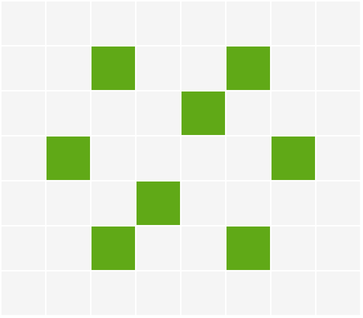
The draw.io diagram img/62c303-L13.drawio.png in axiomofchoice-hjt/Axiomofchoice-hjt.github.io, before a commit. Source tidied: cells renumbered, new cells last; positions are measured from the earlier drawing's top-left corner, leaving out a move shared by most shapes.
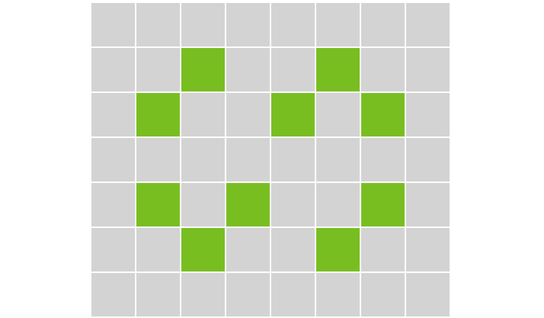
The same diagram one commit later.

Diff of the diagram source:
```diff
@@ -2,172 +2,178 @@
   <root>
     <mxCell id="0" />
     <mxCell id="1" parent="0" />
+    <mxCell id="58" style="endArrow=none;dashed=1;html=1;strokeColor=#FFFFFF;" parent="1" edge="1">
+      <mxGeometry relative="1" as="geometry">
+        <mxPoint x="-60" y="-1" as="sourcePoint" />
+        <mxPoint x="300" y="-1" as="targetPoint" />
+      </mxGeometry>
+    </mxCell>
-    <mxCell id="2" style="rounded=0;whiteSpace=wrap;html=1;fillColor=#f5f5f5;fontColor=#333333;strokeColor=#ffffff;" parent="1" vertex="1">
+    <mxCell id="2" style="rounded=0;whiteSpace=wrap;html=1;fillColor=#d3d3d3;fontColor=#333333;strokeColor=#ffffff;" parent="1" vertex="1">
       <mxGeometry width="30" height="30" as="geometry" />
     </mxCell>
-    <mxCell id="3" style="rounded=0;whiteSpace=wrap;html=1;fillColor=#f5f5f5;fontColor=#333333;strokeColor=#ffffff;" parent="1" vertex="1">
+    <mxCell id="3" style="rounded=0;whiteSpace=wrap;html=1;fillColor=#d3d3d3;fontColor=#333333;strokeColor=#ffffff;" parent="1" vertex="1">
       <mxGeometry x="30" width="30" height="30" as="geometry" />
     </mxCell>
-    <mxCell id="4" style="rounded=0;whiteSpace=wrap;html=1;fillColor=#f5f5f5;fontColor=#333333;strokeColor=#ffffff;" parent="1" vertex="1">
+    <mxCell id="4" style="rounded=0;whiteSpace=wrap;html=1;fillColor=#d3d3d3;fontColor=#333333;strokeColor=#ffffff;" parent="1" vertex="1">
       <mxGeometry x="60" width="30" height="30" as="geometry" />
     </mxCell>
-    <mxCell id="5" style="rounded=0;whiteSpace=wrap;html=1;fillColor=#f5f5f5;fontColor=#333333;strokeColor=#ffffff;" parent="1" vertex="1">
+    <mxCell id="5" style="rounded=0;whiteSpace=wrap;html=1;fillColor=#d3d3d3;fontColor=#333333;strokeColor=#ffffff;" parent="1" vertex="1">
       <mxGeometry x="90" width="30" height="30" as="geometry" />
     </mxCell>
-    <mxCell id="6" style="rounded=0;whiteSpace=wrap;html=1;fillColor=#f5f5f5;fontColor=#333333;strokeColor=#ffffff;" parent="1" vertex="1">
+    <mxCell id="6" style="rounded=0;whiteSpace=wrap;html=1;fillColor=#d3d3d3;fontColor=#333333;strokeColor=#ffffff;" parent="1" vertex="1">
       <mxGeometry x="120" width="30" height="30" as="geometry" />
     </mxCell>
-    <mxCell id="7" style="rounded=0;whiteSpace=wrap;html=1;fillColor=#f5f5f5;fontColor=#333333;strokeColor=#ffffff;" parent="1" vertex="1">
+    <mxCell id="7" style="rounded=0;whiteSpace=wrap;html=1;fillColor=#d3d3d3;fontColor=#333333;strokeColor=#ffffff;" parent="1" vertex="1">
       <mxGeometry y="30" width="30" height="30" as="geometry" />
     </mxCell>
-    <mxCell id="8" style="rounded=0;whiteSpace=wrap;html=1;fillColor=#f5f5f5;fontColor=#333333;strokeColor=#ffffff;" parent="1" vertex="1">
+    <mxCell id="8" style="rounded=0;whiteSpace=wrap;html=1;fillColor=#d3d3d3;fontColor=#333333;strokeColor=#ffffff;" parent="1" vertex="1">
       <mxGeometry x="30" y="30" width="30" height="30" as="geometry" />
     </mxCell>
-    <mxCell id="9" style="rounded=0;whiteSpace=wrap;html=1;fillColor=#60a917;fontColor=#ffffff;strokeColor=#ffffff;" parent="1" vertex="1">
+    <mxCell id="9" style="rounded=0;whiteSpace=wrap;html=1;fillColor=#78be21;fontColor=#ffffff;strokeColor=#ffffff;" parent="1" vertex="1">
       <mxGeometry x="60" y="30" width="30" height="30" as="geometry" />
     </mxCell>
-    <mxCell id="10" style="rounded=0;whiteSpace=wrap;html=1;fillColor=#f5f5f5;fontColor=#333333;strokeColor=#ffffff;" parent="1" vertex="1">
+    <mxCell id="10" style="rounded=0;whiteSpace=wrap;html=1;fillColor=#d3d3d3;fontColor=#333333;strokeColor=#ffffff;" parent="1" vertex="1">
       <mxGeometry x="90" y="30" width="30" height="30" as="geometry" />
     </mxCell>
-    <mxCell id="11" style="rounded=0;whiteSpace=wrap;html=1;fillColor=#f5f5f5;fontColor=#333333;strokeColor=#ffffff;" parent="1" vertex="1">
+    <mxCell id="11" style="rounded=0;whiteSpace=wrap;html=1;fillColor=#d3d3d3;fontColor=#333333;strokeColor=#ffffff;" parent="1" vertex="1">
       <mxGeometry x="120" y="30" width="30" height="30" as="geometry" />
     </mxCell>
-    <mxCell id="12" style="rounded=0;whiteSpace=wrap;html=1;fillColor=#f5f5f5;fontColor=#333333;strokeColor=#ffffff;" parent="1" vertex="1">
+    <mxCell id="12" style="rounded=0;whiteSpace=wrap;html=1;fillColor=#d3d3d3;fontColor=#333333;strokeColor=#ffffff;" parent="1" vertex="1">
       <mxGeometry y="60" width="30" height="30" as="geometry" />
     </mxCell>
-    <mxCell id="13" style="rounded=0;whiteSpace=wrap;html=1;fillColor=#f5f5f5;fontColor=#333333;strokeColor=#ffffff;" parent="1" vertex="1">
+    <mxCell id="13" style="rounded=0;whiteSpace=wrap;html=1;fillColor=#78be21;fontColor=#333333;strokeColor=#ffffff;" parent="1" vertex="1">
       <mxGeometry x="30" y="60" width="30" height="30" as="geometry" />
     </mxCell>
-    <mxCell id="14" style="rounded=0;whiteSpace=wrap;html=1;fillColor=#f5f5f5;fontColor=#333333;strokeColor=#ffffff;" parent="1" vertex="1">
+    <mxCell id="14" style="rounded=0;whiteSpace=wrap;html=1;fillColor=#d3d3d3;fontColor=#333333;strokeColor=#ffffff;" parent="1" vertex="1">
       <mxGeometry x="60" y="60" width="30" height="30" as="geometry" />
     </mxCell>
-    <mxCell id="15" style="rounded=0;whiteSpace=wrap;html=1;fillColor=#f5f5f5;fontColor=#333333;strokeColor=#ffffff;" parent="1" vertex="1">
+    <mxCell id="15" style="rounded=0;whiteSpace=wrap;html=1;fillColor=#d3d3d3;fontColor=#333333;strokeColor=#ffffff;" parent="1" vertex="1">
       <mxGeometry x="90" y="60" width="30" height="30" as="geometry" />
     </mxCell>
-    <mxCell id="16" style="rounded=0;whiteSpace=wrap;html=1;fillColor=#60a917;fontColor=#ffffff;strokeColor=#ffffff;" parent="1" vertex="1">
+    <mxCell id="16" style="rounded=0;whiteSpace=wrap;html=1;fillColor=#78be21;fontColor=#ffffff;strokeColor=#ffffff;" parent="1" vertex="1">
       <mxGeometry x="120" y="60" width="30" height="30" as="geometry" />
     </mxCell>
-    <mxCell id="17" style="rounded=0;whiteSpace=wrap;html=1;fillColor=#f5f5f5;fontColor=#333333;strokeColor=#ffffff;" parent="1" vertex="1">
+    <mxCell id="17" style="rounded=0;whiteSpace=wrap;html=1;fillColor=#d3d3d3;fontColor=#333333;strokeColor=#ffffff;" parent="1" vertex="1">
       <mxGeometry y="90" width="30" height="30" as="geometry" />
     </mxCell>
-    <mxCell id="18" style="rounded=0;whiteSpace=wrap;html=1;fillColor=#60a917;fontColor=#ffffff;strokeColor=#ffffff;" parent="1" vertex="1">
+    <mxCell id="18" style="rounded=0;whiteSpace=wrap;html=1;fillColor=#d3d3d3;fontColor=#ffffff;strokeColor=#ffffff;" parent="1" vertex="1">
       <mxGeometry x="30" y="90" width="30" height="30" as="geometry" />
     </mxCell>
-    <mxCell id="19" style="rounded=0;whiteSpace=wrap;html=1;fillColor=#f5f5f5;fontColor=#333333;strokeColor=#ffffff;" parent="1" vertex="1">
+    <mxCell id="19" style="rounded=0;whiteSpace=wrap;html=1;fillColor=#d3d3d3;fontColor=#333333;strokeColor=#ffffff;" parent="1" vertex="1">
       <mxGeometry x="60" y="90" width="30" height="30" as="geometry" />
     </mxCell>
-    <mxCell id="20" style="rounded=0;whiteSpace=wrap;html=1;fillColor=#f5f5f5;fontColor=#333333;strokeColor=#ffffff;" parent="1" vertex="1">
+    <mxCell id="20" style="rounded=0;whiteSpace=wrap;html=1;fillColor=#d3d3d3;fontColor=#333333;strokeColor=#ffffff;" parent="1" vertex="1">
       <mxGeometry x="90" y="90" width="30" height="30" as="geometry" />
     </mxCell>
-    <mxCell id="21" style="rounded=0;whiteSpace=wrap;html=1;fillColor=#f5f5f5;fontColor=#333333;strokeColor=#ffffff;" parent="1" vertex="1">
+    <mxCell id="21" style="rounded=0;whiteSpace=wrap;html=1;fillColor=#d3d3d3;fontColor=#333333;strokeColor=#ffffff;" parent="1" vertex="1">
       <mxGeometry x="120" y="90" width="30" height="30" as="geometry" />
     </mxCell>
-    <mxCell id="22" style="rounded=0;whiteSpace=wrap;html=1;fillColor=#f5f5f5;fontColor=#333333;strokeColor=#ffffff;" parent="1" vertex="1">
+    <mxCell id="22" style="rounded=0;whiteSpace=wrap;html=1;fillColor=#d3d3d3;fontColor=#333333;strokeColor=#ffffff;" parent="1" vertex="1">
       <mxGeometry x="150" width="30" height="30" as="geometry" />
     </mxCell>
-    <mxCell id="23" style="rounded=0;whiteSpace=wrap;html=1;fillColor=#f5f5f5;fontColor=#333333;strokeColor=#ffffff;" parent="1" vertex="1">
+    <mxCell id="23" style="rounded=0;whiteSpace=wrap;html=1;fillColor=#d3d3d3;fontColor=#333333;strokeColor=#ffffff;" parent="1" vertex="1">
       <mxGeometry x="180" width="30" height="30" as="geometry" />
     </mxCell>
-    <mxCell id="24" style="rounded=0;whiteSpace=wrap;html=1;fillColor=#f5f5f5;fontColor=#333333;strokeColor=#ffffff;" parent="1" vertex="1">
+    <mxCell id="24" style="rounded=0;whiteSpace=wrap;html=1;fillColor=#d3d3d3;fontColor=#333333;strokeColor=#ffffff;" parent="1" vertex="1">
       <mxGeometry x="210" width="30" height="30" as="geometry" />
     </mxCell>
-    <mxCell id="25" style="rounded=0;whiteSpace=wrap;html=1;fillColor=#60a917;fontColor=#ffffff;strokeColor=#ffffff;" parent="1" vertex="1">
+    <mxCell id="25" style="rounded=0;whiteSpace=wrap;html=1;fillColor=#78be21;fontColor=#ffffff;strokeColor=#ffffff;" parent="1" vertex="1">
       <mxGeometry x="150" y="30" width="30" height="30" as="geometry" />
     </mxCell>
-    <mxCell id="26" style="rounded=0;whiteSpace=wrap;html=1;fillColor=#f5f5f5;fontColor=#333333;strokeColor=#ffffff;" parent="1" vertex="1">
+    <mxCell id="26" style="rounded=0;whiteSpace=wrap;html=1;fillColor=#d3d3d3;fontColor=#333333;strokeColor=#ffffff;" parent="1" vertex="1">
       <mxGeometry x="180" y="30" width="30" height="30" as="geometry" />
     </mxCell>
-    <mxCell id="27" style="rounded=0;whiteSpace=wrap;html=1;fillColor=#f5f5f5;fontColor=#333333;strokeColor=#ffffff;" parent="1" vertex="1">
+    <mxCell id="27" style="rounded=0;whiteSpace=wrap;html=1;fillColor=#d3d3d3;fontColor=#333333;strokeColor=#ffffff;" parent="1" vertex="1">
       <mxGeometry x="210" y="30" width="30" height="30" as="geometry" />
     </mxCell>
-    <mxCell id="28" style="rounded=0;whiteSpace=wrap;html=1;fillColor=#f5f5f5;fontColor=#333333;strokeColor=#ffffff;" parent="1" vertex="1">
+    <mxCell id="28" style="rounded=0;whiteSpace=wrap;html=1;fillColor=#d3d3d3;fontColor=#333333;strokeColor=#ffffff;" parent="1" vertex="1">
       <mxGeometry x="150" y="60" width="30" height="30" as="geometry" />
     </mxCell>
-    <mxCell id="29" style="rounded=0;whiteSpace=wrap;html=1;fillColor=#f5f5f5;fontColor=#333333;strokeColor=#ffffff;" parent="1" vertex="1">
+    <mxCell id="29" style="rounded=0;whiteSpace=wrap;html=1;fillColor=#78be21;fontColor=#333333;strokeColor=#ffffff;" parent="1" vertex="1">
       <mxGeometry x="180" y="60" width="30" height="30" as="geometry" />
     </mxCell>
-    <mxCell id="30" style="rounded=0;whiteSpace=wrap;html=1;fillColor=#f5f5f5;fontColor=#333333;strokeColor=#ffffff;" parent="1" vertex="1">
+    <mxCell id="30" style="rounded=0;whiteSpace=wrap;html=1;fillColor=#d3d3d3;fontColor=#333333;strokeColor=#ffffff;" parent="1" vertex="1">
       <mxGeometry x="210" y="60" width="30" height="30" as="geometry" />
     </mxCell>
-    <mxCell id="31" style="rounded=0;whiteSpace=wrap;html=1;fillColor=#f5f5f5;fontColor=#333333;strokeColor=#ffffff;" parent="1" vertex="1">
+    <mxCell id="31" style="rounded=0;whiteSpace=wrap;html=1;fillColor=#d3d3d3;fontColor=#333333;strokeColor=#ffffff;" parent="1" vertex="1">
       <mxGeometry x="150" y="90" width="30" height="30" as="geometry" />
     </mxCell>
-    <mxCell id="32" style="rounded=0;whiteSpace=wrap;html=1;fillColor=#60a917;fontColor=#ffffff;strokeColor=#ffffff;" parent="1" vertex="1">
+    <mxCell id="32" style="rounded=0;whiteSpace=wrap;html=1;fillColor=#d3d3d3;fontColor=#ffffff;strokeColor=#ffffff;" parent="1" vertex="1">
       <mxGeometry x="180" y="90" width="30" height="30" as="geometry" />
     </mxCell>
-    <mxCell id="33" style="rounded=0;whiteSpace=wrap;html=1;fillColor=#f5f5f5;fontColor=#333333;strokeColor=#ffffff;" parent="1" vertex="1">
+    <mxCell id="33" style="rounded=0;whiteSpace=wrap;html=1;fillColor=#d3d3d3;fontColor=#333333;strokeColor=#ffffff;" parent="1" vertex="1">
       <mxGeometry x="210" y="90" width="30" height="30" as="geometry" />
     </mxCell>
-    <mxCell id="34" style="rounded=0;whiteSpace=wrap;html=1;fillColor=#f5f5f5;fontColor=#333333;strokeColor=#ffffff;" parent="1" vertex="1">
+    <mxCell id="34" style="rounded=0;whiteSpace=wrap;html=1;fillColor=#d3d3d3;fontColor=#333333;strokeColor=#ffffff;" parent="1" vertex="1">
       <mxGeometry y="120" width="30" height="30" as="geometry" />
     </mxCell>
-    <mxCell id="35" style="rounded=0;whiteSpace=wrap;html=1;fillColor=#f5f5f5;fontColor=#333333;strokeColor=#ffffff;" parent="1" vertex="1">
+    <mxCell id="35" style="rounded=0;whiteSpace=wrap;html=1;fillColor=#78be21;fontColor=#333333;strokeColor=#ffffff;" parent="1" vertex="1">
       <mxGeometry x="30" y="120" width="30" height="30" as="geometry" />
     </mxCell>
-    <mxCell id="36" style="rounded=0;whiteSpace=wrap;html=1;fillColor=#f5f5f5;fontColor=#333333;strokeColor=#ffffff;" parent="1" vertex="1">
+    <mxCell id="36" style="rounded=0;whiteSpace=wrap;html=1;fillColor=#d3d3d3;fontColor=#333333;strokeColor=#ffffff;" parent="1" vertex="1">
       <mxGeometry x="60" y="120" width="30" height="30" as="geometry" />
     </mxCell>
-    <mxCell id="37" style="rounded=0;whiteSpace=wrap;html=1;fillColor=#60a917;fontColor=#ffffff;strokeColor=#ffffff;" parent="1" vertex="1">
+    <mxCell id="37" style="rounded=0;whiteSpace=wrap;html=1;fillColor=#78be21;fontColor=#ffffff;strokeColor=#ffffff;" parent="1" vertex="1">
       <mxGeometry x="90" y="120" width="30" height="30" as="geometry" />
     </mxCell>
-    <mxCell id="38" style="rounded=0;whiteSpace=wrap;html=1;fillColor=#f5f5f5;fontColor=#333333;strokeColor=#ffffff;" parent="1" vertex="1">
+    <mxCell id="38" style="rounded=0;whiteSpace=wrap;html=1;fillColor=#d3d3d3;fontColor=#333333;strokeColor=#ffffff;" parent="1" vertex="1">
       <mxGeometry x="120" y="120" width="30" height="30" as="geometry" />
     </mxCell>
-    <mxCell id="39" style="rounded=0;whiteSpace=wrap;html=1;fillColor=#f5f5f5;fontColor=#333333;strokeColor=#ffffff;" parent="1" vertex="1">
+    <mxCell id="39" style="rounded=0;whiteSpace=wrap;html=1;fillColor=#d3d3d3;fontColor=#333333;strokeColor=#ffffff;" parent="1" vertex="1">
       <mxGeometry y="150" width="30" height="30" as="geometry" />
     </mxCell>
-    <mxCell id="40" style="rounded=0;whiteSpace=wrap;html=1;fillColor=#f5f5f5;fontColor=#333333;strokeColor=#ffffff;" parent="1" vertex="1">
+    <mxCell id="40" style="rounded=0;whiteSpace=wrap;html=1;fillColor=#d3d3d3;fontColor=#333333;strokeColor=#ffffff;" parent="1" vertex="1">
       <mxGeometry x="30" y="150" width="30" height="30" as="geometry" />
     </mxCell>
-    <mxCell id="41" style="rounded=0;whiteSpace=wrap;html=1;fillColor=#60a917;fontColor=#ffffff;strokeColor=#ffffff;" parent="1" vertex="1">
+    <mxCell id="41" style="rounded=0;whiteSpace=wrap;html=1;fillColor=#78be21;fontColor=#ffffff;strokeColor=#ffffff;" parent="1" vertex="1">
       <mxGeometry x="60" y="150" width="30" height="30" as="geometry" />
     </mxCell>
-    <mxCell id="42" style="rounded=0;whiteSpace=wrap;html=1;fillColor=#f5f5f5;fontColor=#333333;strokeColor=#ffffff;" parent="1" vertex="1">
+    <mxCell id="42" style="rounded=0;whiteSpace=wrap;html=1;fillColor=#d3d3d3;fontColor=#333333;strokeColor=#ffffff;" parent="1" vertex="1">
       <mxGeometry x="90" y="150" width="30" height="30" as="geometry" />
     </mxCell>
-    <mxCell id="43" style="rounded=0;whiteSpace=wrap;html=1;fillColor=#f5f5f5;fontColor=#333333;strokeColor=#ffffff;" parent="1" vertex="1">
+    <mxCell id="43" style="rounded=0;whiteSpace=wrap;html=1;fillColor=#d3d3d3;fontColor=#333333;strokeColor=#ffffff;" parent="1" vertex="1">
       <mxGeometry x="120" y="150" width="30" height="30" as="geometry" />
     </mxCell>
-    <mxCell id="44" style="rounded=0;whiteSpace=wrap;html=1;fillColor=#f5f5f5;fontColor=#333333;strokeColor=#ffffff;" parent="1" vertex="1">
+    <mxCell id="44" style="rounded=0;whiteSpace=wrap;html=1;fillColor=#d3d3d3;fontColor=#333333;strokeColor=#ffffff;" parent="1" vertex="1">
       <mxGeometry y="180" width="30" height="30" as="geometry" />
     </mxCell>
-    <mxCell id="45" style="rounded=0;whiteSpace=wrap;html=1;fillColor=#f5f5f5;fontColor=#333333;strokeColor=#ffffff;" parent="1" vertex="1">
+    <mxCell id="45" style="rounded=0;whiteSpace=wrap;html=1;fillColor=#d3d3d3;fontColor=#333333;strokeColor=#ffffff;" parent="1" vertex="1">
       <mxGeometry x="30" y="180" width="30" height="30" as="geometry" />
     </mxCell>
-    <mxCell id="46" style="rounded=0;whiteSpace=wrap;html=1;fillColor=#f5f5f5;fontColor=#333333;strokeColor=#ffffff;" parent="1" vertex="1">
+    <mxCell id="46" style="rounded=0;whiteSpace=wrap;html=1;fillColor=#d3d3d3;fontColor=#333333;strokeColor=#ffffff;" parent="1" vertex="1">
       <mxGeometry x="60" y="180" width="30" height="30" as="geometry" />
     </mxCell>
-    <mxCell id="47" style="rounded=0;whiteSpace=wrap;html=1;fillColor=#f5f5f5;fontColor=#333333;strokeColor=#ffffff;" parent="1" vertex="1">
+    <mxCell id="47" style="rounded=0;whiteSpace=wrap;html=1;fillColor=#d3d3d3;fontColor=#333333;strokeColor=#ffffff;" parent="1" vertex="1">
       <mxGeometry x="90" y="180" width="30" height="30" as="geometry" />
     </mxCell>
-    <mxCell id="48" style="rounded=0;whiteSpace=wrap;html=1;fillColor=#f5f5f5;fontColor=#333333;strokeColor=#ffffff;" parent="1" vertex="1">
+    <mxCell id="48" style="rounded=0;whiteSpace=wrap;html=1;fillColor=#d3d3d3;fontColor=#333333;strokeColor=#ffffff;" parent="1" vertex="1">
       <mxGeometry x="120" y="180" width="30" height="30" as="geometry" />
     </mxCell>
-    <mxCell id="49" style="rounded=0;whiteSpace=wrap;html=1;fillColor=#f5f5f5;fontColor=#333333;strokeColor=#ffffff;" parent="1" vertex="1">
+    <mxCell id="49" style="rounded=0;whiteSpace=wrap;html=1;fillColor=#d3d3d3;fontColor=#333333;strokeColor=#ffffff;" parent="1" vertex="1">
       <mxGeometry x="150" y="120" width="30" height="30" as="geometry" />
     </mxCell>
-    <mxCell id="50" style="rounded=0;whiteSpace=wrap;html=1;fillColor=#f5f5f5;fontColor=#333333;strokeColor=#ffffff;" parent="1" vertex="1">
+    <mxCell id="50" style="rounded=0;whiteSpace=wrap;html=1;fillColor=#78be21;fontColor=#333333;strokeColor=#ffffff;" parent="1" vertex="1">
       <mxGeometry x="180" y="120" width="30" height="30" as="geometry" />
     </mxCell>
-    <mxCell id="51" style="rounded=0;whiteSpace=wrap;html=1;fillColor=#f5f5f5;fontColor=#333333;strokeColor=#ffffff;" parent="1" vertex="1">
+    <mxCell id="51" style="rounded=0;whiteSpace=wrap;html=1;fillColor=#d3d3d3;fontColor=#333333;strokeColor=#ffffff;" parent="1" vertex="1">
       <mxGeometry x="210" y="120" width="30" height="30" as="geometry" />
     </mxCell>
-    <mxCell id="52" style="rounded=0;whiteSpace=wrap;html=1;fillColor=#60a917;fontColor=#ffffff;strokeColor=#ffffff;" parent="1" vertex="1">
+    <mxCell id="52" style="rounded=0;whiteSpace=wrap;html=1;fillColor=#78be21;fontColor=#ffffff;strokeColor=#ffffff;" parent="1" vertex="1">
       <mxGeometry x="150" y="150" width="30" height="30" as="geometry" />
     </mxCell>
-    <mxCell id="53" style="rounded=0;whiteSpace=wrap;html=1;fillColor=#f5f5f5;fontColor=#333333;strokeColor=#ffffff;" parent="1" vertex="1">
+    <mxCell id="53" style="rounded=0;whiteSpace=wrap;html=1;fillColor=#d3d3d3;fontColor=#333333;strokeColor=#ffffff;" parent="1" vertex="1">
       <mxGeometry x="180" y="150" width="30" height="30" as="geometry" />
     </mxCell>
-    <mxCell id="54" style="rounded=0;whiteSpace=wrap;html=1;fillColor=#f5f5f5;fontColor=#333333;strokeColor=#ffffff;" parent="1" vertex="1">
+    <mxCell id="54" style="rounded=0;whiteSpace=wrap;html=1;fillColor=#d3d3d3;fontColor=#333333;strokeColor=#ffffff;" parent="1" vertex="1">
       <mxGeometry x="210" y="150" width="30" height="30" as="geometry" />
     </mxCell>
-    <mxCell id="55" style="rounded=0;whiteSpace=wrap;html=1;fillColor=#f5f5f5;fontColor=#333333;strokeColor=#ffffff;" parent="1" vertex="1">
+    <mxCell id="55" style="rounded=0;whiteSpace=wrap;html=1;fillColor=#d3d3d3;fontColor=#333333;strokeColor=#ffffff;" parent="1" vertex="1">
       <mxGeometry x="150" y="180" width="30" height="30" as="geometry" />
     </mxCell>
-    <mxCell id="56" style="rounded=0;whiteSpace=wrap;html=1;fillColor=#f5f5f5;fontColor=#333333;strokeColor=#ffffff;" parent="1" vertex="1">
+    <mxCell id="56" style="rounded=0;whiteSpace=wrap;html=1;fillColor=#d3d3d3;fontColor=#333333;strokeColor=#ffffff;" parent="1" vertex="1">
       <mxGeometry x="180" y="180" width="30" height="30" as="geometry" />
     </mxCell>
-    <mxCell id="57" style="rounded=0;whiteSpace=wrap;html=1;fillColor=#f5f5f5;fontColor=#333333;strokeColor=#ffffff;" parent="1" vertex="1">
+    <mxCell id="57" style="rounded=0;whiteSpace=wrap;html=1;fillColor=#d3d3d3;fontColor=#333333;strokeColor=#ffffff;" parent="1" vertex="1">
       <mxGeometry x="210" y="180" width="30" height="30" as="geometry" />
     </mxCell>
   </root>
```
